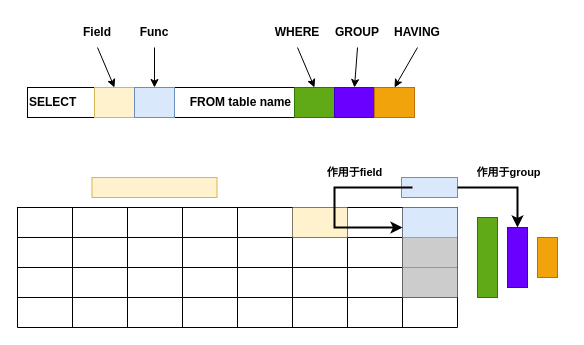
Before: temp/Untitled Diagram.drawio in buyouS/draw, a draw.io diagram. Source tidied: cells renumbered, new cells numbered last; positions are measured from the earlier drawing's top-left corner, leaving out a move shared by most shapes. Both pictures are drawn from the tidied source at 100%, with x=0, y=0 at pixel (17, 17).
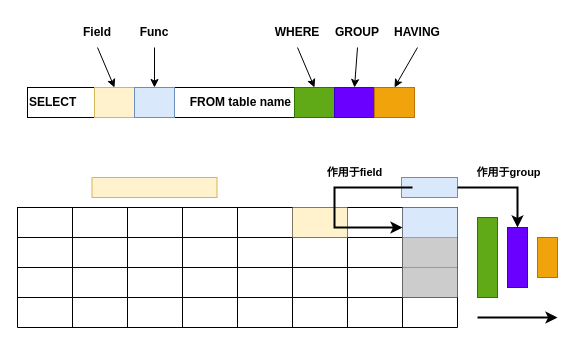
Above is the later version.

Diff of the diagram source:
```diff
@@
+    <mxCell id="64" style="endArrow=classic;html=1;rounded=0;fontSize=11;strokeWidth=2;" parent="1" edge="1">
+      <mxGeometry relative="1" as="geometry">
+        <mxPoint x="460" y="300" as="sourcePoint" />
+        <mxPoint x="540" y="300" as="targetPoint" />
+      </mxGeometry>
+    </mxCell>
```
